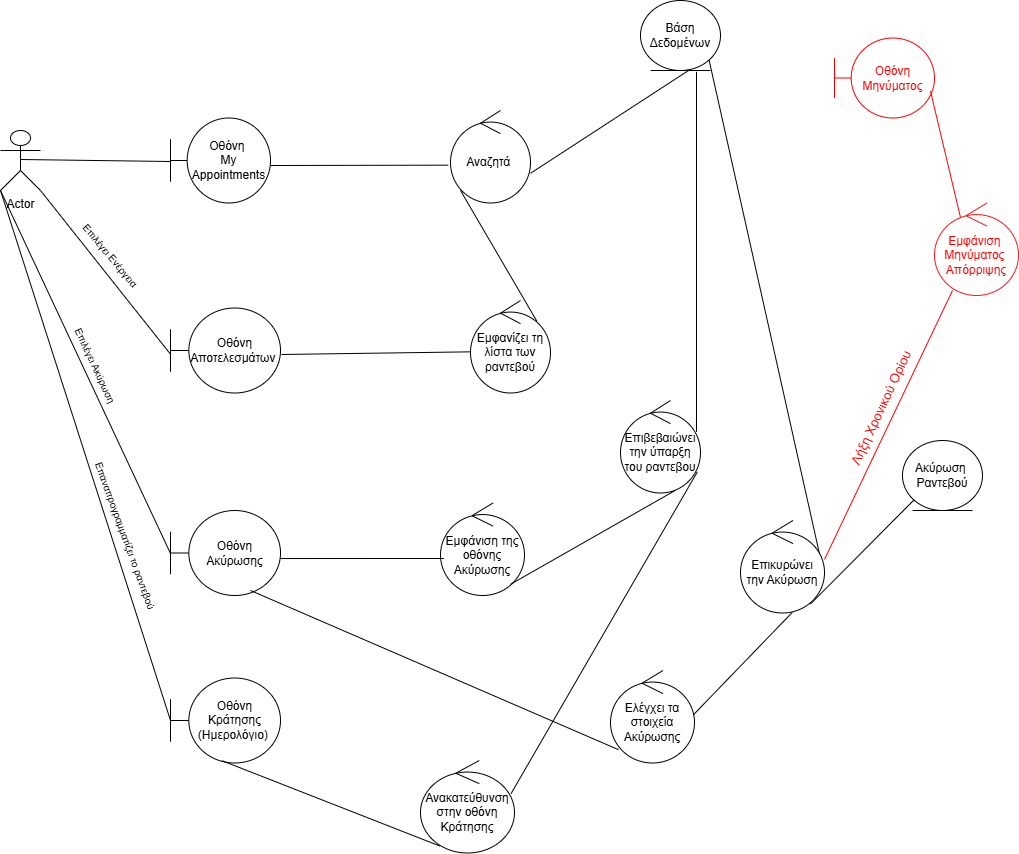
Before: RD-UC-10.png, a diagram exported from draw.io (GeorgeTsav/Software-Technology---Project-2024-2025). Source tidied: cells renumbered, new cells last; positions are measured from the earlier drawing's top-left corner, leaving out a move shared by most shapes.
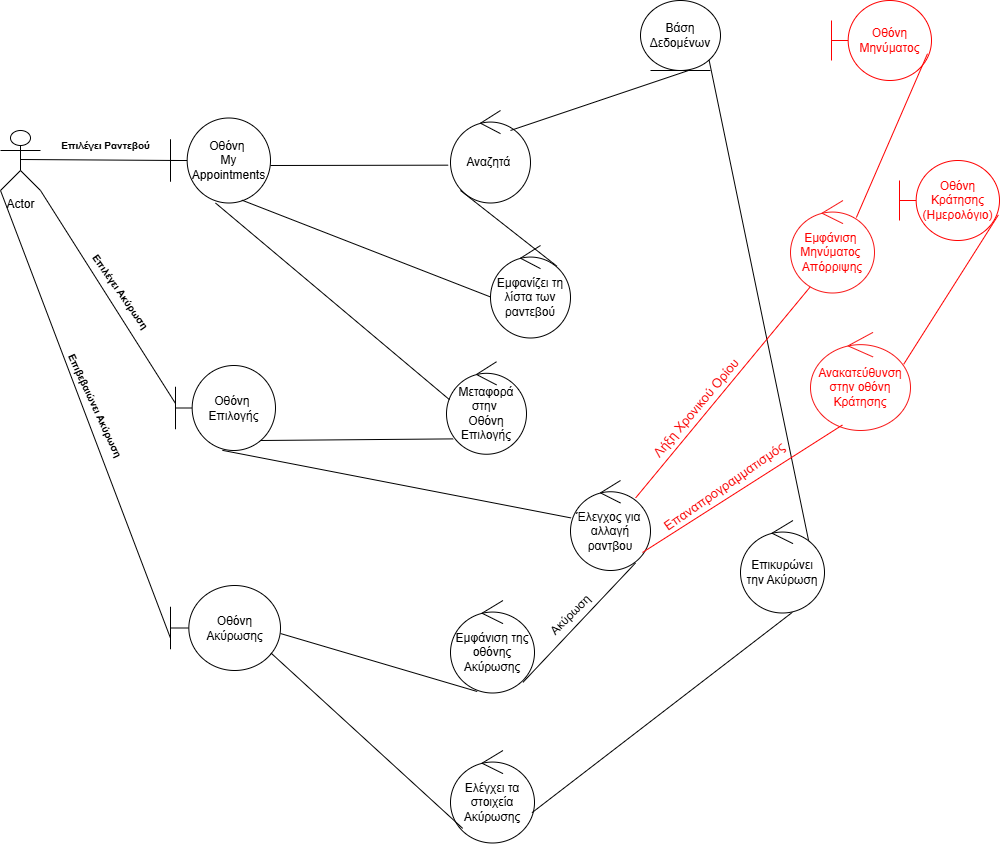
After the change.

What changed in the source:
```diff
@@ -8,145 +8,146 @@
     <mxCell id="3" value="Οθόνη&amp;nbsp;&lt;div&gt;My Appointments&lt;/div&gt;" style="shape=umlBoundary;whiteSpace=wrap;html=1;" parent="1" vertex="1">
       <mxGeometry x="170" y="117.5" width="100" height="85" as="geometry" />
     </mxCell>
-    <mxCell id="4" style="endArrow=none;html=1;rounded=0;exitX=0.978;exitY=0.595;exitDx=0;exitDy=0;exitPerimeter=0;" parent="1" edge="1">
-      <mxGeometry relative="1" as="geometry">
-        <mxPoint x="20" y="159" as="sourcePoint" />
-        <mxPoint x="170" y="161" as="targetPoint" />
-      </mxGeometry>
-    </mxCell>
+    <mxCell id="41" style="endArrow=none;html=1;rounded=0;exitX=0.978;exitY=0.595;exitDx=0;exitDy=0;exitPerimeter=0;" parent="1" edge="1">
+      <mxGeometry relative="1" as="geometry">
+        <mxPoint x="20" y="159" as="sourcePoint" />
+        <mxPoint x="180" y="160" as="targetPoint" />
+      </mxGeometry>
+    </mxCell>
     <mxCell id="5" value="Αναζητά&amp;nbsp;" style="ellipse;shape=umlControl;whiteSpace=wrap;html=1;" parent="1" vertex="1">
       <mxGeometry x="450" y="110" width="80" height="92.5" as="geometry" />
     </mxCell>
-    <mxCell id="6" style="endArrow=none;html=1;rounded=0;entryX=-0.029;entryY=0.591;entryDx=0;entryDy=0;entryPerimeter=0;" parent="1" edge="1" target="5">
-      <mxGeometry relative="1" as="geometry">
-        <mxPoint x="270" y="165" as="sourcePoint" />
-      </mxGeometry>
-    </mxCell>
+    <mxCell id="42" style="endArrow=none;html=1;rounded=0;entryX=-0.029;entryY=0.591;entryDx=0;entryDy=0;entryPerimeter=0;" parent="1" edge="1" target="5">
+      <mxGeometry relative="1" as="geometry">
+        <mxPoint x="270" y="165" as="sourcePoint" />
+      </mxGeometry>
+    </mxCell>
     <mxCell id="7" value="Βάση Δεδομένων" style="ellipse;shape=umlEntity;whiteSpace=wrap;html=1;" parent="1" vertex="1">
       <mxGeometry x="640" width="80" height="70" as="geometry" />
     </mxCell>
-    <mxCell id="8" style="endArrow=none;html=1;rounded=0;entryX=0.5;entryY=1;entryDx=0;entryDy=0;exitX=1.025;exitY=0.49;exitDx=0;exitDy=0;exitPerimeter=0;" parent="1" edge="1">
-      <mxGeometry relative="1" as="geometry">
-        <mxPoint x="530" y="172.8" as="sourcePoint" />
-        <mxPoint x="688" y="70" as="targetPoint" />
-      </mxGeometry>
-    </mxCell>
+    <mxCell id="43" style="endArrow=none;html=1;rounded=0;entryX=0.5;entryY=1;entryDx=0;entryDy=0;exitX=0.75;exitY=0.216;exitDx=0;exitDy=0;exitPerimeter=0;" parent="1" edge="1" source="5">
+      <mxGeometry relative="1" as="geometry">
+        <mxPoint x="688" y="70" as="targetPoint" />
+      </mxGeometry>
+    </mxCell>
     <mxCell id="9" value="Εμφανίζει τη λίστα των ραντεβού" style="ellipse;shape=umlControl;whiteSpace=wrap;html=1;" parent="1" vertex="1">
-      <mxGeometry x="470" y="300" width="80" height="92.5" as="geometry" />
+      <mxGeometry x="490" y="245" width="80" height="92.5" as="geometry" />
     </mxCell>
-    <mxCell id="10" style="endArrow=none;html=1;rounded=0;entryX=0.829;entryY=0.223;entryDx=0;entryDy=0;entryPerimeter=0;" parent="1" edge="1" target="9">
-      <mxGeometry relative="1" as="geometry">
-        <mxPoint x="460" y="190" as="sourcePoint" />
-      </mxGeometry>
-    </mxCell>
-    <mxCell id="11" value="Οθόνη Αποτελεσμάτων&amp;nbsp;" style="shape=umlBoundary;whiteSpace=wrap;html=1;" parent="1" vertex="1">
-      <mxGeometry x="170" y="307.5" width="110" height="85" as="geometry" />
-    </mxCell>
-    <mxCell id="12" style="endArrow=none;html=1;rounded=0;entryX=-0.004;entryY=0.555;entryDx=0;entryDy=0;entryPerimeter=0;exitX=1.009;exitY=0.547;exitDx=0;exitDy=0;exitPerimeter=0;" parent="1" edge="1" source="11" target="9">
-      <mxGeometry relative="1" as="geometry" />
-    </mxCell>
-    <mxCell id="13" style="endArrow=none;html=1;rounded=0;entryX=0;entryY=0.544;entryDx=0;entryDy=0;entryPerimeter=0;exitX=1;exitY=1;exitDx=0;exitDy=0;exitPerimeter=0;" parent="1" edge="1" target="11">
-      <mxGeometry relative="1" as="geometry">
-        <mxPoint x="40" y="190" as="sourcePoint" />
-      </mxGeometry>
-    </mxCell>
-    <mxCell id="14" value="&lt;font style=&quot;font-size: 10px;&quot;&gt;Επιλέγει Ενέργεια&lt;/font&gt;" style="text;html=1;align=center;verticalAlign=middle;strokeColor=none;fillColor=none;rotation=50;" parent="1" vertex="1">
-      <mxGeometry x="60" y="240" width="100" height="30" as="geometry" />
-    </mxCell>
+    <mxCell id="44" style="endArrow=none;html=1;rounded=0;entryX=0.829;entryY=0.223;entryDx=0;entryDy=0;entryPerimeter=0;" parent="1" edge="1" target="9">
+      <mxGeometry relative="1" as="geometry">
+        <mxPoint x="460" y="190" as="sourcePoint" />
+      </mxGeometry>
+    </mxCell>
+    <mxCell id="45" style="endArrow=none;html=1;rounded=0;entryX=-0.004;entryY=0.555;entryDx=0;entryDy=0;entryPerimeter=0;exitX=0.713;exitY=0.966;exitDx=0;exitDy=0;exitPerimeter=0;" parent="1" edge="1" source="3" target="9">
+      <mxGeometry relative="1" as="geometry" />
+    </mxCell>
     <mxCell id="15" value="Οθόνη Ακύρωσης" style="shape=umlBoundary;whiteSpace=wrap;html=1;" parent="1" vertex="1">
-      <mxGeometry x="170" y="510" width="110" height="85" as="geometry" />
+      <mxGeometry x="170" y="585" width="110" height="85" as="geometry" />
     </mxCell>
     <mxCell id="16" value="Ελέγχει τα στοιχεία Ακύρωσης" style="ellipse;shape=umlControl;whiteSpace=wrap;html=1;" parent="1" vertex="1">
-      <mxGeometry x="610" y="670" width="84" height="92.5" as="geometry" />
+      <mxGeometry x="450" y="750" width="84" height="92.5" as="geometry" />
     </mxCell>
-    <mxCell id="17" value="Επιβεβαιώνει την ύπαρξη του ραντεβου" style="ellipse;shape=umlControl;whiteSpace=wrap;html=1;" parent="1" vertex="1">
-      <mxGeometry x="620" y="400" width="80" height="92.5" as="geometry" />
-    </mxCell>
     <mxCell id="18" value="Εμφάνιση της οθόνης Ακύρωσης" style="ellipse;shape=umlControl;whiteSpace=wrap;html=1;" parent="1" vertex="1">
-      <mxGeometry x="440" y="502.5" width="84" height="92.5" as="geometry" />
+      <mxGeometry x="450" y="600" width="84" height="92.5" as="geometry" />
     </mxCell>
-    <mxCell id="19" style="endArrow=none;html=1;rounded=0;exitX=1;exitY=0.565;exitDx=0;exitDy=0;exitPerimeter=0;entryX=0.04;entryY=0.6;entryDx=0;entryDy=0;entryPerimeter=0;" parent="1" edge="1" source="15" target="18">
+    <mxCell id="19" style="endArrow=none;html=1;rounded=0;exitX=1;exitY=0.565;exitDx=0;exitDy=0;exitPerimeter=0;entryX=0.318;entryY=0.984;entryDx=0;entryDy=0;entryPerimeter=0;" parent="1" edge="1" source="15" target="18">
       <mxGeometry relative="1" as="geometry" />
     </mxCell>
-    <mxCell id="20" style="endArrow=none;html=1;rounded=0;entryX=0.7;entryY=1.019;entryDx=0;entryDy=0;exitX=0.95;exitY=0.339;exitDx=0;exitDy=0;exitPerimeter=0;entryPerimeter=0;" parent="1" edge="1" source="17" target="7">
-      <mxGeometry relative="1" as="geometry" />
-    </mxCell>
-    <mxCell id="21" style="endArrow=none;html=1;rounded=0;exitX=1.016;exitY=0.744;exitDx=0;exitDy=0;exitPerimeter=0;entryX=0.683;entryY=0.973;entryDx=0;entryDy=0;entryPerimeter=0;" parent="1" edge="1" target="17">
-      <mxGeometry relative="1" as="geometry">
-        <mxPoint x="510" y="583.8" as="sourcePoint" />
-      </mxGeometry>
-    </mxCell>
-    <mxCell id="22" style="endArrow=none;html=1;rounded=0;entryX=1;entryY=1;entryDx=0;entryDy=0;exitX=0.971;exitY=0.486;exitDx=0;exitDy=0;exitPerimeter=0;" parent="1" edge="1" source="24" target="7">
+    <mxCell id="22" style="endArrow=none;html=1;rounded=0;entryX=1;entryY=1;entryDx=0;entryDy=0;exitX=0.825;exitY=0.28;exitDx=0;exitDy=0;exitPerimeter=0;" parent="1" edge="1" source="24" target="7">
       <mxGeometry relative="1" as="geometry" />
     </mxCell>
-    <mxCell id="23" style="endArrow=none;html=1;rounded=0;entryX=0.095;entryY=0.856;entryDx=0;entryDy=0;entryPerimeter=0;" parent="1" edge="1" target="16">
-      <mxGeometry relative="1" as="geometry">
-        <mxPoint x="250" y="590" as="sourcePoint" />
-      </mxGeometry>
-    </mxCell>
     <mxCell id="24" value="Επικυρώνει την Ακύρωση" style="ellipse;shape=umlControl;whiteSpace=wrap;html=1;" parent="1" vertex="1">
       <mxGeometry x="740" y="520" width="84" height="92.5" as="geometry" />
     </mxCell>
-    <mxCell id="25" style="endArrow=none;html=1;rounded=0;entryX=0.617;entryY=0.993;entryDx=0;entryDy=0;entryPerimeter=0;exitX=0.986;exitY=0.48;exitDx=0;exitDy=0;exitPerimeter=0;" parent="1" edge="1" source="16" target="24">
+    <mxCell id="25" style="endArrow=none;html=1;rounded=0;entryX=0.617;entryY=0.993;entryDx=0;entryDy=0;entryPerimeter=0;exitX=0.971;exitY=0.672;exitDx=0;exitDy=0;exitPerimeter=0;" parent="1" edge="1" source="16" target="24">
       <mxGeometry relative="1" as="geometry" />
     </mxCell>
-    <mxCell id="26" style="endArrow=none;html=1;rounded=0;exitX=1;exitY=1;exitDx=0;exitDy=0;exitPerimeter=0;" parent="1" edge="1">
-      <mxGeometry relative="1" as="geometry">
-        <mxPoint y="190" as="sourcePoint" />
-        <mxPoint x="170" y="553" as="targetPoint" />
-      </mxGeometry>
-    </mxCell>
-    <mxCell id="27" value="&lt;font style=&quot;font-size: 10px;&quot;&gt;Επιλέγει Ακύρωση&lt;/font&gt;" style="text;html=1;align=center;verticalAlign=middle;strokeColor=none;fillColor=none;rotation=65;" parent="1" vertex="1">
-      <mxGeometry x="40" y="350" width="110" height="30" as="geometry" />
+    <mxCell id="27" value="&lt;font style=&quot;font-size: 10px;&quot;&gt;&lt;b&gt;Επιλέγει Ακύρωση&lt;/b&gt;&lt;/font&gt;" style="text;html=1;align=center;verticalAlign=middle;strokeColor=none;fillColor=none;rotation=55;" parent="1" vertex="1">
+      <mxGeometry x="65" y="276.2" width="110" height="30" as="geometry" />
     </mxCell>
-    <mxCell id="28" value="Ανακατεύθυνση στην οθόνη Κράτησης" style="ellipse;shape=umlControl;whiteSpace=wrap;html=1;" parent="1" vertex="1">
-      <mxGeometry x="420" y="760" width="94" height="92.5" as="geometry" />
-    </mxCell>
-    <mxCell id="29" value="Οθόνη Κράτησης&lt;div&gt;(Ημερολόγιο)&amp;nbsp;&lt;/div&gt;" style="shape=umlBoundary;whiteSpace=wrap;html=1;" parent="1" vertex="1">
-      <mxGeometry x="170" y="677.5" width="110" height="85" as="geometry" />
-    </mxCell>
-    <mxCell id="30" style="endArrow=none;html=1;rounded=0;entryX=0.207;entryY=0.925;entryDx=0;entryDy=0;entryPerimeter=0;exitX=0.468;exitY=0.973;exitDx=0;exitDy=0;exitPerimeter=0;" parent="1" edge="1" source="29" target="28">
-      <mxGeometry relative="1" as="geometry" />
-    </mxCell>
-    <mxCell id="31" style="endArrow=none;html=1;rounded=0;exitX=1;exitY=1;exitDx=0;exitDy=0;exitPerimeter=0;" parent="1" edge="1">
-      <mxGeometry relative="1" as="geometry">
-        <mxPoint y="190" as="sourcePoint" />
-        <mxPoint x="170" y="720" as="targetPoint" />
-      </mxGeometry>
-    </mxCell>
-    <mxCell id="32" value="&lt;span style=&quot;font-size: 10px;&quot;&gt;Επαναπρογραμματίζει το ραντεβού&lt;/span&gt;" style="text;html=1;align=center;verticalAlign=middle;strokeColor=none;fillColor=none;rotation=70;" parent="1" vertex="1">
-      <mxGeometry x="35" y="520" width="180" height="30" as="geometry" />
-    </mxCell>
-    <mxCell id="33" style="endArrow=none;html=1;rounded=0;entryX=0.961;entryY=0.771;entryDx=0;entryDy=0;entryPerimeter=0;exitX=0.964;exitY=0.357;exitDx=0;exitDy=0;exitPerimeter=0;" parent="1" edge="1" source="28" target="17">
-      <mxGeometry relative="1" as="geometry" />
-    </mxCell>
-    <mxCell id="34" value="Ακύρωση&amp;nbsp;&lt;div&gt;Ραντεβού&lt;/div&gt;" style="ellipse;shape=umlEntity;whiteSpace=wrap;html=1;" parent="1" vertex="1">
-      <mxGeometry x="902" y="440" width="80" height="70" as="geometry" />
-    </mxCell>
-    <mxCell id="35" style="endArrow=none;html=1;rounded=0;entryX=0;entryY=1;entryDx=0;entryDy=0;exitX=0.986;exitY=0.48;exitDx=0;exitDy=0;exitPerimeter=0;" parent="1" edge="1" target="34">
-      <mxGeometry relative="1" as="geometry">
-        <mxPoint x="810" y="603.5" as="sourcePoint" />
-      </mxGeometry>
-    </mxCell>
-    <mxCell id="36" style="endArrow=none;html=1;rounded=0;strokeColor=#FF0000;entryX=0;entryY=0.459;entryDx=0;entryDy=0;entryPerimeter=0;exitX=0.896;exitY=0.317;exitDx=0;exitDy=0;exitPerimeter=0;" parent="1" edge="1">
-      <mxGeometry relative="1" as="geometry">
-        <mxPoint x="824" y="559" as="sourcePoint" />
-        <mxPoint x="952" y="290" as="targetPoint" />
-      </mxGeometry>
-    </mxCell>
+    <mxCell id="46" style="endArrow=none;html=1;rounded=0;exitX=1;exitY=1;exitDx=0;exitDy=0;exitPerimeter=0;entryX=0;entryY=0.62;entryDx=0;entryDy=0;entryPerimeter=0;" parent="1" edge="1" target="15">
+      <mxGeometry relative="1" as="geometry">
+        <mxPoint y="190" as="sourcePoint" />
+      </mxGeometry>
+    </mxCell>
+    <mxCell id="47" style="endArrow=none;html=1;rounded=0;strokeColor=#FF0000;exitX=0.896;exitY=0.317;exitDx=0;exitDy=0;exitPerimeter=0;" parent="1" edge="1">
+      <mxGeometry relative="1" as="geometry">
+        <mxPoint x="635.1" y="497.4" as="sourcePoint" />
+        <mxPoint x="815" y="280" as="targetPoint" />
+      </mxGeometry>
+    </mxCell>
-    <mxCell id="37" value="Λήξη Χρονικού Ορίου" style="text;html=1;align=center;verticalAlign=middle;strokeColor=none;fillColor=none;rotation=-65;fontSize=13;fontColor=light-dark(#f90606, #ededed);" parent="1" vertex="1">
-      <mxGeometry x="805" y="392.5" width="150" height="30" as="geometry" />
+    <mxCell id="37" value="Λήξη Χρονικού Ορίου" style="text;html=1;align=center;verticalAlign=middle;strokeColor=none;fillColor=none;rotation=-50;fontSize=13;fontColor=light-dark(#f90606, #ededed);" parent="1" vertex="1">
+      <mxGeometry x="620" y="392.5" width="150" height="30" as="geometry" />
     </mxCell>
     <mxCell id="38" value="Εμφάνιση&amp;nbsp;&lt;div&gt;Μηνύματος&amp;nbsp;&lt;/div&gt;&lt;div&gt;Απόρριψης&lt;/div&gt;" style="ellipse;shape=umlControl;whiteSpace=wrap;html=1;strokeColor=light-dark(#f71818, #ededed);fontColor=#FF0000;" parent="1" vertex="1">
-      <mxGeometry x="934" y="202.5" width="84" height="92.5" as="geometry" />
+      <mxGeometry x="790" y="200" width="84" height="92.5" as="geometry" />
     </mxCell>
     <mxCell id="39" value="&lt;div&gt;Οθόνη Μηνύματος&lt;/div&gt;" style="shape=umlBoundary;whiteSpace=wrap;html=1;strokeColor=#FF0000;fontColor=#FF0000;" parent="1" vertex="1">
-      <mxGeometry x="834" y="37.5" width="100" height="80" as="geometry" />
+      <mxGeometry x="831" width="100" height="80" as="geometry" />
     </mxCell>
-    <mxCell id="40" style="endArrow=none;html=1;rounded=0;strokeColor=#FF0000;entryX=0.96;entryY=0.665;entryDx=0;entryDy=0;entryPerimeter=0;exitX=0.988;exitY=0.473;exitDx=0;exitDy=0;exitPerimeter=0;" parent="1" edge="1" target="39">
-      <mxGeometry relative="1" as="geometry">
-        <mxPoint x="960" y="217" as="sourcePoint" />
-      </mxGeometry>
-    </mxCell>
+    <mxCell id="48" style="endArrow=none;html=1;rounded=0;strokeColor=#FF0000;entryX=0.96;entryY=0.665;entryDx=0;entryDy=0;entryPerimeter=0;exitX=0.784;exitY=0.184;exitDx=0;exitDy=0;exitPerimeter=0;" parent="1" edge="1" source="38" target="39">
+      <mxGeometry relative="1" as="geometry" />
+    </mxCell>
+    <mxCell id="49" value="&lt;font style=&quot;font-size: 10px;&quot;&gt;&lt;b&gt;Επιλέγει Ραντεβού&lt;/b&gt;&lt;/font&gt;" style="text;html=1;align=center;verticalAlign=middle;strokeColor=none;fillColor=none;rotation=0;" parent="1" vertex="1">
+      <mxGeometry x="50" y="130" width="110" height="30" as="geometry" />
+    </mxCell>
+    <mxCell id="50" value="Οθόνη&amp;nbsp;&lt;div&gt;Επιλογής&lt;/div&gt;" style="shape=umlBoundary;whiteSpace=wrap;html=1;" parent="1" vertex="1">
+      <mxGeometry x="175" y="365" width="100" height="85" as="geometry" />
+    </mxCell>
+    <mxCell id="51" value="Μεταφορά&lt;div&gt;στην&amp;nbsp;&lt;/div&gt;&lt;div&gt;Οθόνη&lt;/div&gt;&lt;div&gt;Επιλογής&lt;/div&gt;" style="ellipse;shape=umlControl;whiteSpace=wrap;html=1;" parent="1" vertex="1">
+      <mxGeometry x="446" y="361.2" width="80" height="92.5" as="geometry" />
+    </mxCell>
+    <mxCell id="52" style="endArrow=none;html=1;rounded=0;entryX=0.037;entryY=0.41;entryDx=0;entryDy=0;entryPerimeter=0;" parent="1" edge="1" target="51">
+      <mxGeometry relative="1" as="geometry">
+        <mxPoint x="215" y="202.5" as="sourcePoint" />
+      </mxGeometry>
+    </mxCell>
+    <mxCell id="53" style="endArrow=none;html=1;rounded=0;entryX=0.084;entryY=0.834;entryDx=0;entryDy=0;entryPerimeter=0;" parent="1" edge="1" target="51">
+      <mxGeometry relative="1" as="geometry">
+        <mxPoint x="260" y="440" as="sourcePoint" />
+      </mxGeometry>
+    </mxCell>
+    <mxCell id="54" style="endArrow=none;html=1;rounded=0;entryX=0;entryY=0.447;entryDx=0;entryDy=0;entryPerimeter=0;" parent="1" edge="1" target="50">
+      <mxGeometry relative="1" as="geometry">
+        <mxPoint x="40" y="190" as="sourcePoint" />
+      </mxGeometry>
+    </mxCell>
+    <mxCell id="55" value="Έλεγχος για&amp;nbsp;&lt;div&gt;αλλαγή ραντβου&lt;/div&gt;" style="ellipse;shape=umlControl;whiteSpace=wrap;html=1;" parent="1" vertex="1">
+      <mxGeometry x="570" y="480" width="80" height="90" as="geometry" />
+    </mxCell>
+    <mxCell id="56" style="endArrow=none;html=1;rounded=0;exitX=0.469;exitY=0.998;exitDx=0;exitDy=0;exitPerimeter=0;" parent="1" edge="1" source="50" target="55">
+      <mxGeometry relative="1" as="geometry" />
+    </mxCell>
+    <mxCell id="57" style="endArrow=none;html=1;rounded=0;entryX=0.617;entryY=0.993;entryDx=0;entryDy=0;entryPerimeter=0;exitX=0.862;exitY=0.885;exitDx=0;exitDy=0;exitPerimeter=0;" parent="1" edge="1" source="18">
+      <mxGeometry relative="1" as="geometry">
+        <mxPoint x="635" y="562.5" as="targetPoint" />
+      </mxGeometry>
+    </mxCell>
+    <mxCell id="58" value="Ακύρωση" style="text;html=1;align=center;verticalAlign=middle;strokeColor=none;fillColor=none;rotation=-45;" parent="1" vertex="1">
+      <mxGeometry x="535" y="600" width="70" height="30" as="geometry" />
+    </mxCell>
+    <mxCell id="59" style="endArrow=none;html=1;rounded=0;exitX=0.914;exitY=0.795;exitDx=0;exitDy=0;exitPerimeter=0;entryX=0.145;entryY=0.842;entryDx=0;entryDy=0;entryPerimeter=0;" parent="1" edge="1" source="15" target="16">
+      <mxGeometry relative="1" as="geometry" />
+    </mxCell>
+    <mxCell id="29" value="&lt;div&gt;Οθόνη&lt;/div&gt;&lt;div&gt;Κράτησης&lt;/div&gt;&lt;div&gt;(Ημερολόγιο)&lt;/div&gt;" style="shape=umlBoundary;whiteSpace=wrap;html=1;strokeColor=#FF0000;fontColor=#FF0000;" parent="1" vertex="1">
+      <mxGeometry x="899" y="160" width="100" height="80" as="geometry" />
+    </mxCell>
+    <mxCell id="28" value="Ανακατεύθυνση&lt;div&gt;στην οθόνη&lt;/div&gt;&lt;div&gt;Κράτησης&lt;/div&gt;" style="ellipse;shape=umlControl;whiteSpace=wrap;html=1;strokeColor=light-dark(#f71818, #ededed);fontColor=#FF0000;" parent="1" vertex="1">
+      <mxGeometry x="810" y="331.9" width="100" height="98.1" as="geometry" />
+    </mxCell>
+    <mxCell id="60" style="endArrow=none;html=1;rounded=0;strokeColor=#FF0000;entryX=0.319;entryY=0.944;entryDx=0;entryDy=0;entryPerimeter=0;exitX=0.896;exitY=0.317;exitDx=0;exitDy=0;exitPerimeter=0;" parent="1" edge="1" target="28">
+      <mxGeometry relative="1" as="geometry">
+        <mxPoint x="642" y="552" as="sourcePoint" />
+      </mxGeometry>
+    </mxCell>
+    <mxCell id="61" style="endArrow=none;html=1;rounded=0;strokeColor=#FF0000;entryX=0.989;entryY=0.68;entryDx=0;entryDy=0;entryPerimeter=0;exitX=0.932;exitY=0.325;exitDx=0;exitDy=0;exitPerimeter=0;" parent="1" edge="1" source="28" target="29">
+      <mxGeometry relative="1" as="geometry" />
+    </mxCell>
+    <mxCell id="62" value="Επαναπρογραμματισμός&amp;nbsp;" style="text;html=1;align=center;verticalAlign=middle;strokeColor=none;fillColor=none;rotation=-35;fontSize=13;fontColor=light-dark(#f90606, #ededed);" parent="1" vertex="1">
+      <mxGeometry x="640" y="470" width="170" height="30" as="geometry" />
+    </mxCell>
+    <mxCell id="63" value="&lt;font style=&quot;font-size: 10px;&quot;&gt;&lt;b&gt;Επιβεβαιώνει Ακύρωση&lt;/b&gt;&lt;/font&gt;" style="text;html=1;align=center;verticalAlign=middle;strokeColor=none;fillColor=none;rotation=65;" parent="1" vertex="1">
+      <mxGeometry x="25" y="390" width="140" height="30" as="geometry" />
+    </mxCell>
   </root>
 </mxGraphModel>
```
